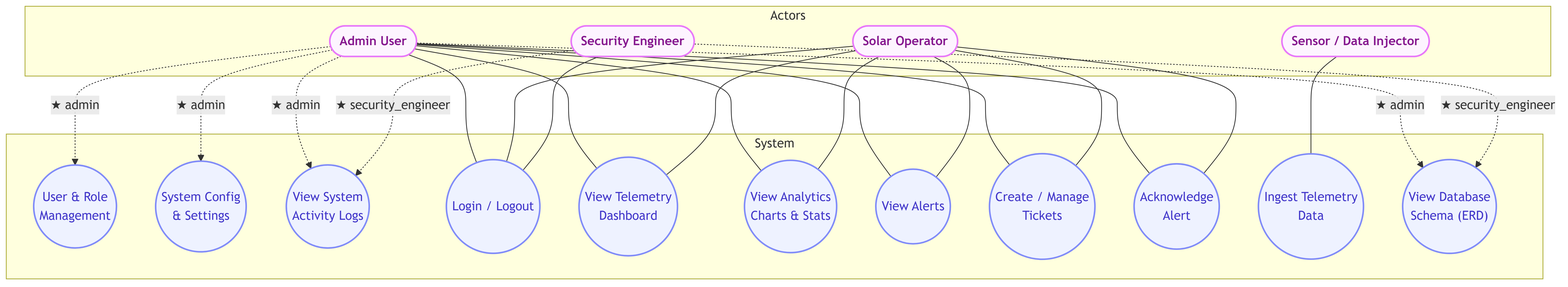
Before: diagrams/output/1_use_case_diagram.png, a diagram exported from Mermaid (dunglt69/solar-anomaly-detection). Its source is kept beside it as diagrams/output/1_use_case_diagram.mmd.
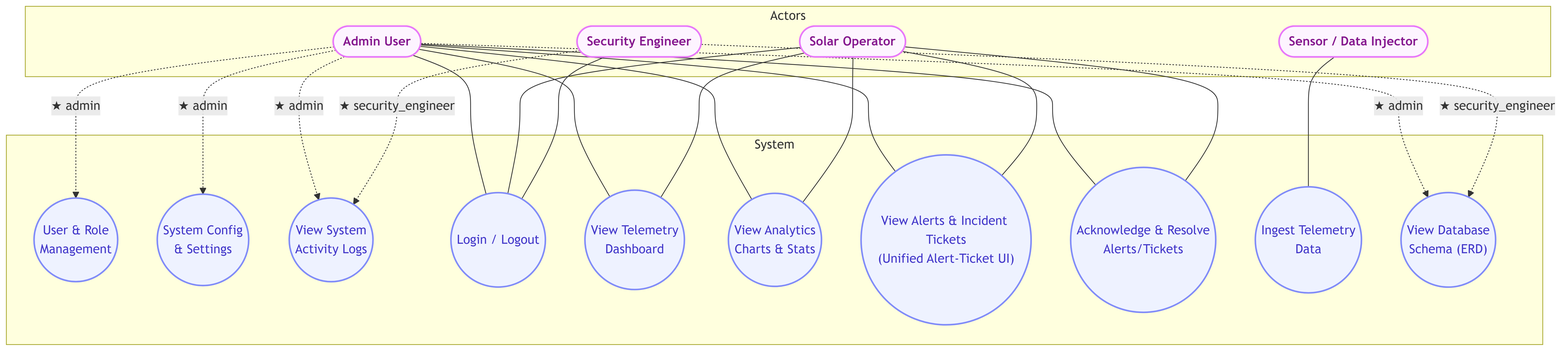
The same file after the commit.

Diff of the diagram source:
```diff
@@ -13,9 +13,8 @@
     useLogin(("Login / Logout")):::system
     useViewDashboard(("View Telemetry\nDashboard")):::system
     useViewAnalytics(("View Analytics\nCharts & Stats")):::system
-    useViewAlerts(("View Alerts")):::system
-    useManageTickets(("Create / Manage\nTickets")):::system
-    useAcknowledgeAlert(("Acknowledge\nAlert")):::system
+    useViewAlerts(("View Alerts & Incident Tickets\n(Unified Alert-Ticket UI)")):::system
+    useAcknowledgeAlert(("Acknowledge & Resolve\nAlerts/Tickets")):::system
     useInjectData(("Ingest Telemetry\nData")):::system
     useViewDatabaseSchema(("View Database\nSchema (ERD)")):::system
   end
@@ -32,14 +31,12 @@
   Admin --- useViewDashboard
   Admin --- useViewAnalytics
   Admin --- useViewAlerts
-  Admin --- useManageTickets
   Admin --- useAcknowledgeAlert
 
   Operator --- useLogin
   Operator --- useViewDashboard
   Operator --- useViewAnalytics
   Operator --- useViewAlerts
-  Operator --- useManageTickets
   Operator --- useAcknowledgeAlert
 
   Security --- useLogin
```
